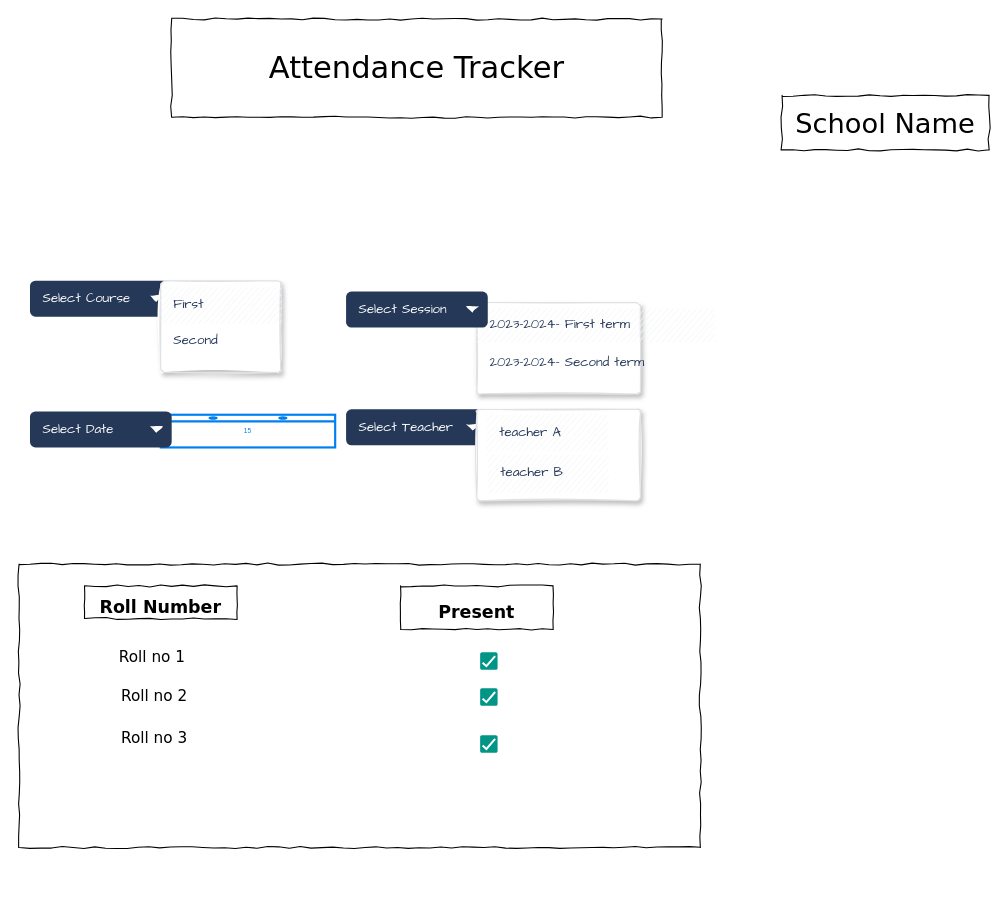
Above: Untitled Diagram.drawio in RavinderSinghbunty/ConverterMetricImperial (draw.io), before the change. Source tidied: cells renumbered, new cells numbered last; positions are measured from the earlier drawing's top-left corner, leaving out a move shared by most shapes. Both pictures are drawn from the tidied source at 109%, with x=0, y=0 at pixel (19, 19).
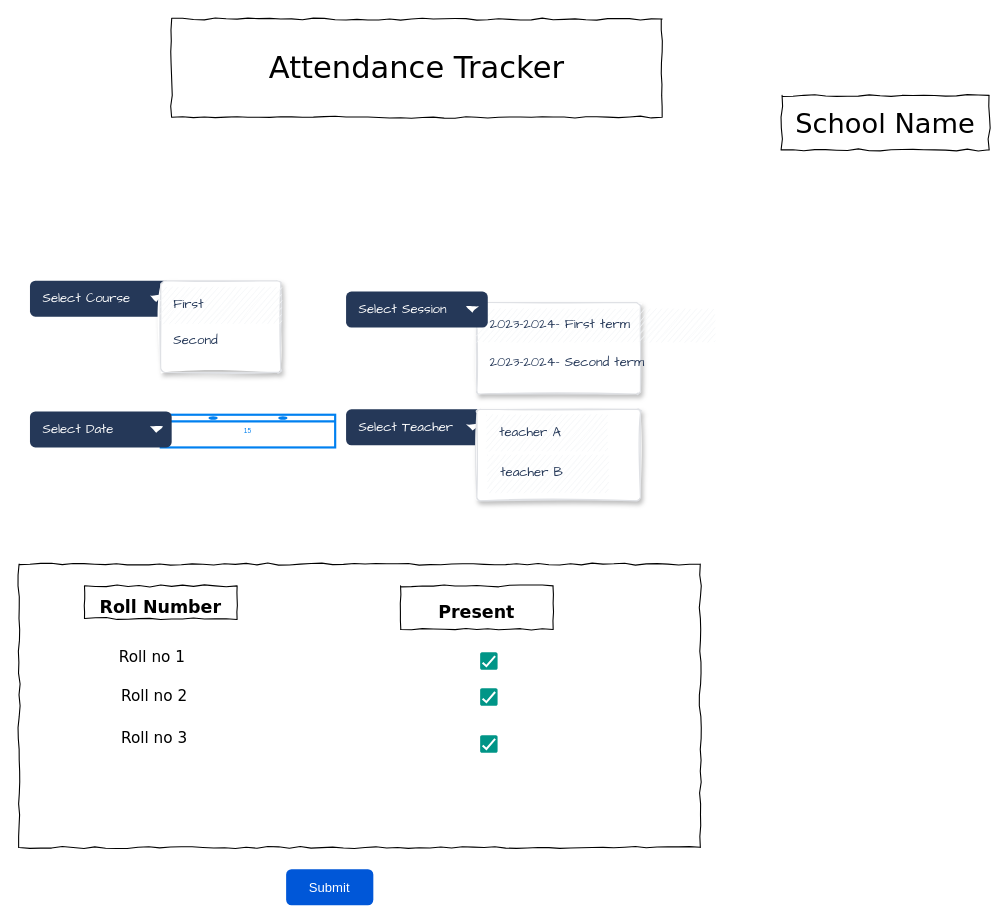
After the change.

What changed in the source:
```diff
@@
+    <mxCell id="31" value="Submit" style="rounded=1;fillColor=#0057D8;align=center;strokeColor=none;html=1;whiteSpace=wrap;fontColor=#ffffff;fontSize=12;sketch=0;" parent="1" vertex="1">
+      <mxGeometry x="245" y="780" width="80" height="33" as="geometry" />
+    </mxCell>
```
